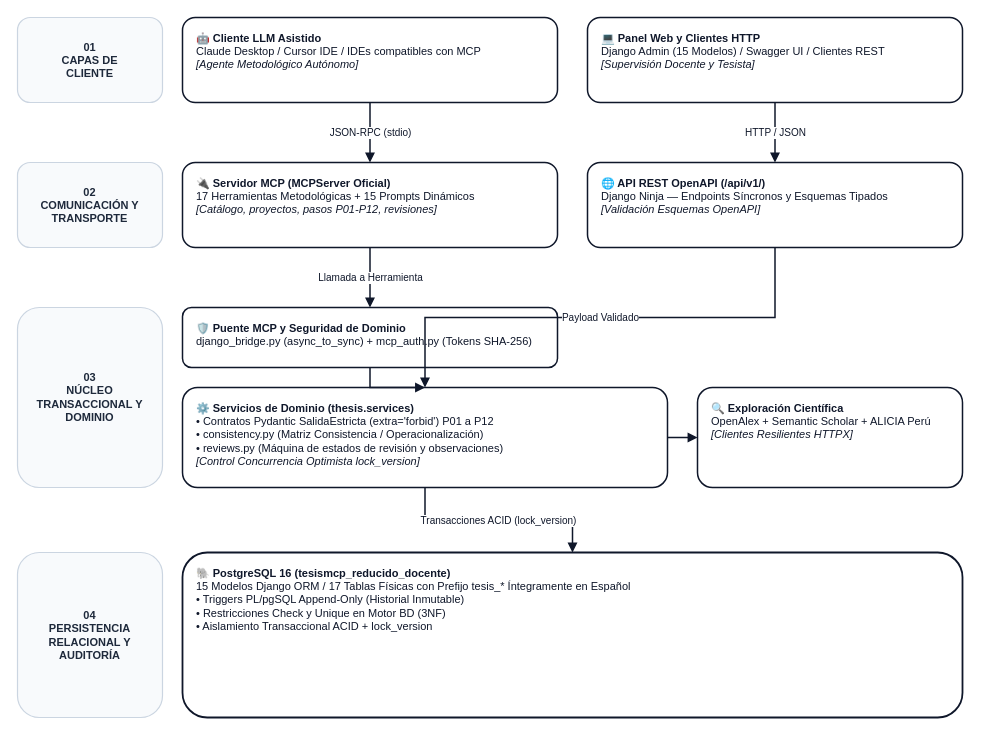
Earlier version of the draw.io diagram docs/diagramas/00_arquitectura_sistema.drawio (Jupiloy/TesisMCP). Source tidied: cells renumbered, new cells numbered last; positions are measured from the earlier drawing's top-left corner, leaving out a move shared by most shapes. Both pictures are drawn from the tidied source at 100%, with x=0, y=0 at pixel (17, 17).
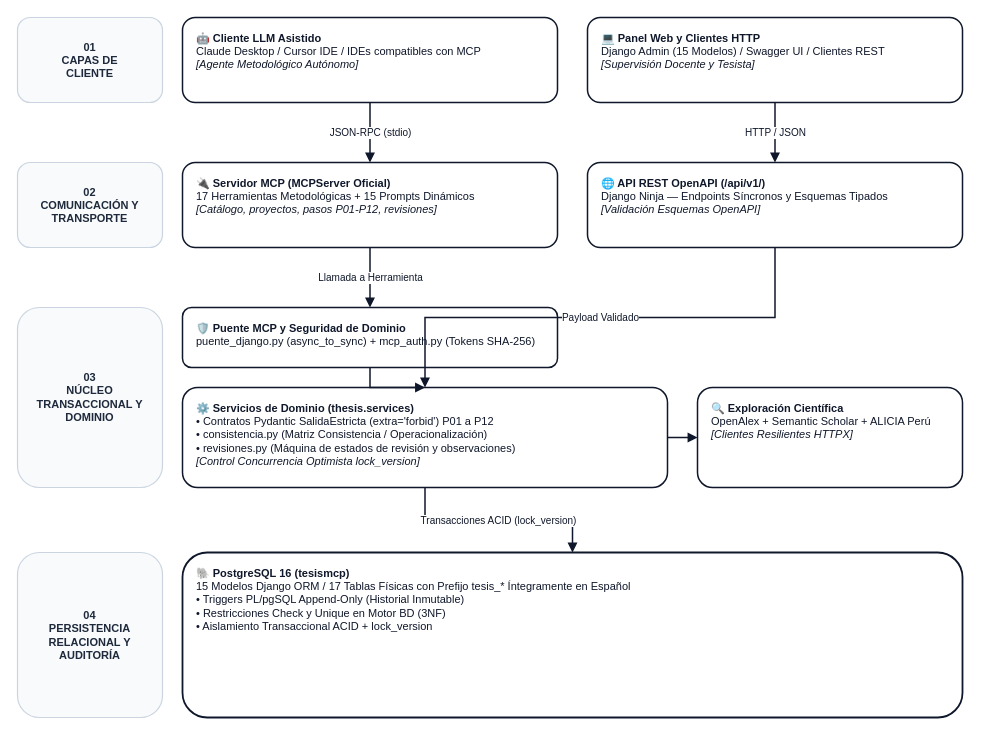
Above is the later version.

Change to the diagram source:
```diff
@@
-    <mxCell id="10" value="&lt;b&gt;🛡️ Puente MCP y Seguridad de Dominio&lt;/b&gt;&lt;br/&gt;django_bridge.py (async_to_sync) + mcp_auth.py (Tokens SHA-256)" style="rounded=1;whiteSpace=wrap;html=1;strokeColor=#0f172a;strokeWidth=1.5;fillColor=#ffffff;align=left;verticalAlign=top;spacingLeft=12;spacingTop=8;fontSize=11;fontColor=#0f172a;fontFamily=Arial;" parent="1" vertex="1">
+    <mxCell id="10" value="&lt;b&gt;🛡️ Puente MCP y Seguridad de Dominio&lt;/b&gt;&lt;br/&gt;puente_django.py (async_to_sync) + mcp_auth.py (Tokens SHA-256)" style="rounded=1;whiteSpace=wrap;html=1;strokeColor=#0f172a;strokeWidth=1.5;fillColor=#ffffff;align=left;verticalAlign=top;spacingLeft=12;spacingTop=8;fontSize=11;fontColor=#0f172a;fontFamily=Arial;" parent="1" vertex="1">
       <mxGeometry x="165" y="290" width="375" height="60" as="geometry" />
     </mxCell>
-    <mxCell id="11" value="&lt;b&gt;⚙️ Servicios de Dominio (thesis.services)&lt;/b&gt;&lt;br/&gt;• Contratos Pydantic SalidaEstricta (extra='forbid') P01 a P12&lt;br/&gt;• consistency.py (Matriz Consistencia / Operacionalización)&lt;br/&gt;• reviews.py (Máquina de estados de revisión y observaciones)&lt;br/&gt;&lt;i&gt;[Control Concurrencia Optimista lock_version]&lt;/i&gt;" style="rounded=1;whiteSpace=wrap;html=1;strokeColor=#0f172a;strokeWidth=1.5;fillColor=#ffffff;align=left;verticalAlign=top;spacingLeft=12;spacingTop=8;fontSize=11;fontColor=#0f172a;fontFamily=Arial;" parent="1" vertex="1">
+    <mxCell id="11" value="&lt;b&gt;⚙️ Servicios de Dominio (thesis.services)&lt;/b&gt;&lt;br/&gt;• Contratos Pydantic SalidaEstricta (extra='forbid') P01 a P12&lt;br/&gt;• consistencia.py (Matriz Consistencia / Operacionalización)&lt;br/&gt;• revisiones.py (Máquina de estados de revisión y observaciones)&lt;br/&gt;&lt;i&gt;[Control Concurrencia Optimista lock_version]&lt;/i&gt;" style="rounded=1;whiteSpace=wrap;html=1;strokeColor=#0f172a;strokeWidth=1.5;fillColor=#ffffff;align=left;verticalAlign=top;spacingLeft=12;spacingTop=8;fontSize=11;fontColor=#0f172a;fontFamily=Arial;" parent="1" vertex="1">
       <mxGeometry x="165" y="370" width="485" height="100" as="geometry" />
     </mxCell>
@@
-    <mxCell id="13" value="&lt;b&gt;🐘 PostgreSQL 16 (tesismcp_reducido_docente)&lt;/b&gt;&lt;br/&gt;15 Modelos Django ORM / 17 Tablas Físicas con Prefijo tesis_* Íntegramente en Español&lt;br/&gt;• Triggers PL/pgSQL Append-Only (Historial Inmutable)&lt;br/&gt;• Restricciones Check y Unique en Motor BD (3NF)&lt;br/&gt;• Aislamiento Transaccional ACID + lock_version" style="rounded=1;whiteSpace=wrap;html=1;strokeColor=#0f172a;strokeWidth=1.8;fillColor=#ffffff;align=left;verticalAlign=top;spacingLeft=12;spacingTop=8;fontSize=11;fontColor=#0f172a;fontFamily=Arial;" parent="1" vertex="1">
+    <mxCell id="13" value="&lt;b&gt;🐘 PostgreSQL 16 (tesismcp)&lt;/b&gt;&lt;br/&gt;15 Modelos Django ORM / 17 Tablas Físicas con Prefijo tesis_* Íntegramente en Español&lt;br/&gt;• Triggers PL/pgSQL Append-Only (Historial Inmutable)&lt;br/&gt;• Restricciones Check y Unique en Motor BD (3NF)&lt;br/&gt;• Aislamiento Transaccional ACID + lock_version" style="rounded=1;whiteSpace=wrap;html=1;strokeColor=#0f172a;strokeWidth=1.8;fillColor=#ffffff;align=left;verticalAlign=top;spacingLeft=12;spacingTop=8;fontSize=11;fontColor=#0f172a;fontFamily=Arial;" parent="1" vertex="1">
       <mxGeometry x="165" y="535" width="780" height="165" as="geometry" />
     </mxCell>
```
